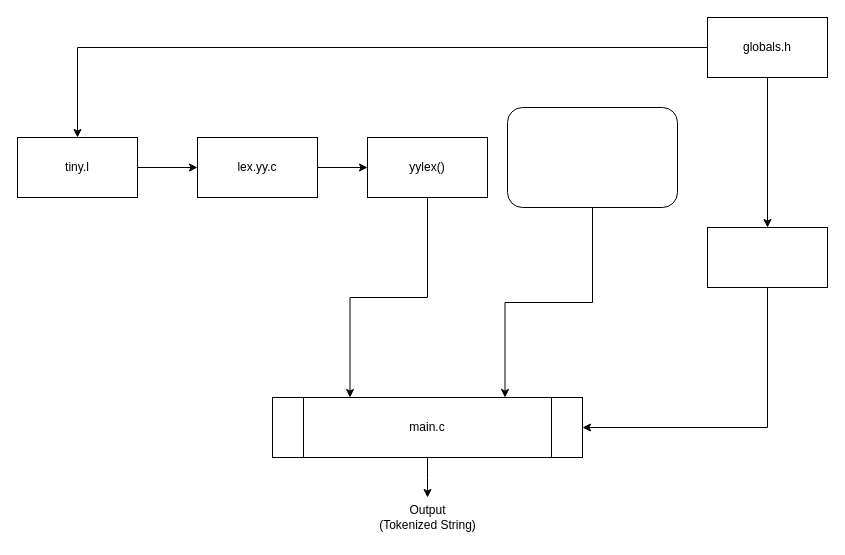
Earlier version of the draw.io diagram Untitled Diagram.drawio (RebuildYY/BasicCompilor). Source tidied: cells renumbered, new cells numbered last; positions are measured from the earlier drawing's top-left corner, leaving out a move shared by most shapes. Both pictures are drawn from the tidied source at 100%, with x=0, y=0 at pixel (17, 17).
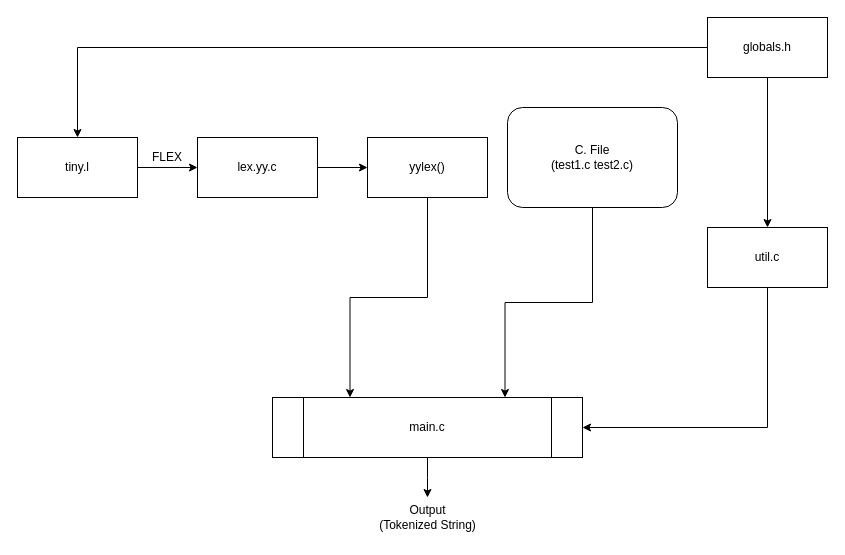
The same diagram, later.

The edit, as a diff of the source:
```diff
@@
-    <mxCell id="9" style="rounded=1;whiteSpace=wrap;html=1;" parent="1" vertex="1">
+    <mxCell id="9" value="C. File&lt;br&gt;(test1.c test2.c)&lt;br&gt;" style="rounded=1;whiteSpace=wrap;html=1;" parent="1" vertex="1">
       <mxGeometry x="490" y="90" width="170" height="100" as="geometry" />
     </mxCell>
@@
-    <mxCell id="14" style="rounded=0;whiteSpace=wrap;html=1;" parent="1" vertex="1">
+    <mxCell id="14" value="util.c" style="rounded=0;whiteSpace=wrap;html=1;" parent="1" vertex="1">
       <mxGeometry x="690" y="210" width="120" height="60" as="geometry" />
     </mxCell>
@@
+    <mxCell id="18" value="FLEX" style="text;html=1;strokeColor=none;fillColor=none;align=center;verticalAlign=middle;whiteSpace=wrap;rounded=0;rotation=0;" parent="1" vertex="1">
+      <mxGeometry x="130" y="130" width="40" height="20" as="geometry" />
+    </mxCell>
```
